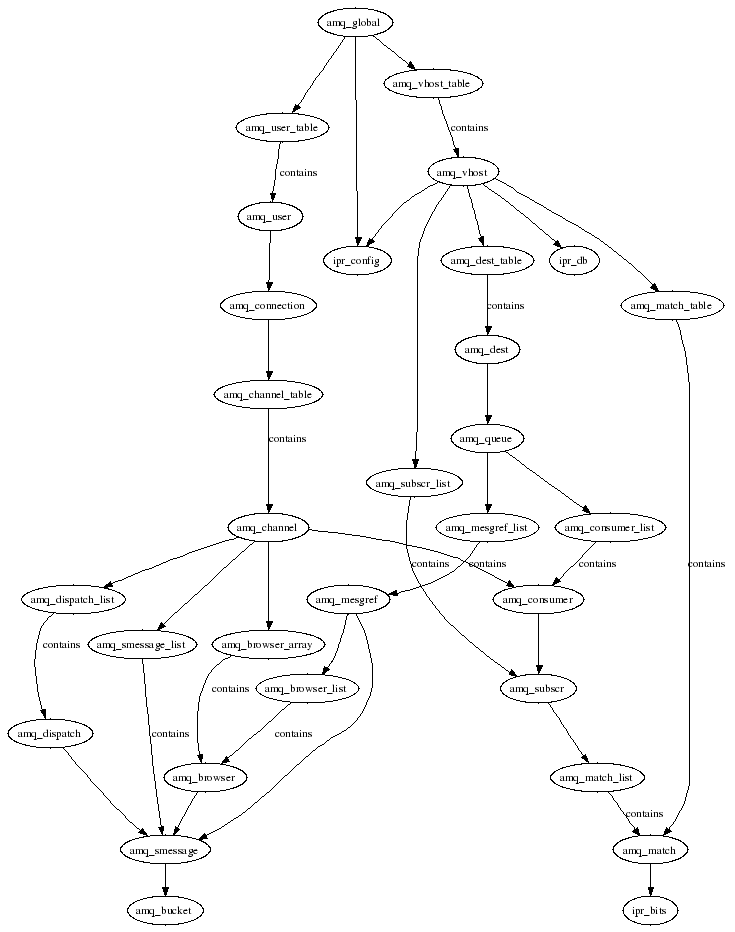
Earlier version of the Graphviz export doc/server_classes.png (imatix/openamq). Its source is kept beside it as doc/server_classes.dot. Source of this version:
```dot
digraph {
    size = "7.5,12";
    center = 1;
    amq_browser             -> amq_smessage;
    amq_browser_array       -> amq_browser  [label = "contains"];
    amq_browser_list        -> amq_browser  [label = "contains"];
    amq_channel             -> amq_dispatch_list;
    amq_channel             -> amq_smessage_list;
    amq_channel             -> amq_consumer;
    amq_channel             -> amq_browser_array;
    amq_channel_table       -> amq_channel  [label = "contains"];
    amq_connection          -> amq_channel_table;
    amq_consumer            -> amq_subscr;
    amq_consumer_list       -> amq_consumer [label = "contains"];
    amq_dest                -> amq_queue;
    amq_dest_table          -> amq_dest     [label = "contains"];
    amq_dispatch            -> amq_smessage;
    amq_dispatch_list       -> amq_dispatch [label = "contains"];
    amq_global              -> amq_user_table;
    amq_global              -> amq_vhost_table;
    amq_global              -> ipr_config;
    amq_match               -> ipr_bits;
    amq_match_list          -> amq_match    [label = "contains"];
    amq_match_table         -> amq_match    [label = "contains"];
    amq_mesgref             -> amq_smessage;
    amq_mesgref             -> amq_browser_list;
    amq_mesgref_list        -> amq_mesgref  [label = "contains"];
    amq_queue               -> amq_consumer_list;
    amq_queue               -> amq_mesgref_list;
    amq_smessage            -> amq_bucket;
    amq_smessage_list       -> amq_smessage [label = "contains"];
    amq_subscr              -> amq_match_list;
    amq_subscr_list         -> amq_subscr   [label = "contains"];
    amq_user_table          -> amq_user     [label = "contains"];
    amq_user                -> amq_connection;
    amq_vhost               -> ipr_db;
    amq_vhost               -> ipr_config;
    amq_vhost               -> amq_dest_table;
    amq_vhost               -> amq_subscr_list;
    amq_vhost               -> amq_match_table;
    amq_vhost_table         -> amq_vhost    [label = "contains"];
}
```
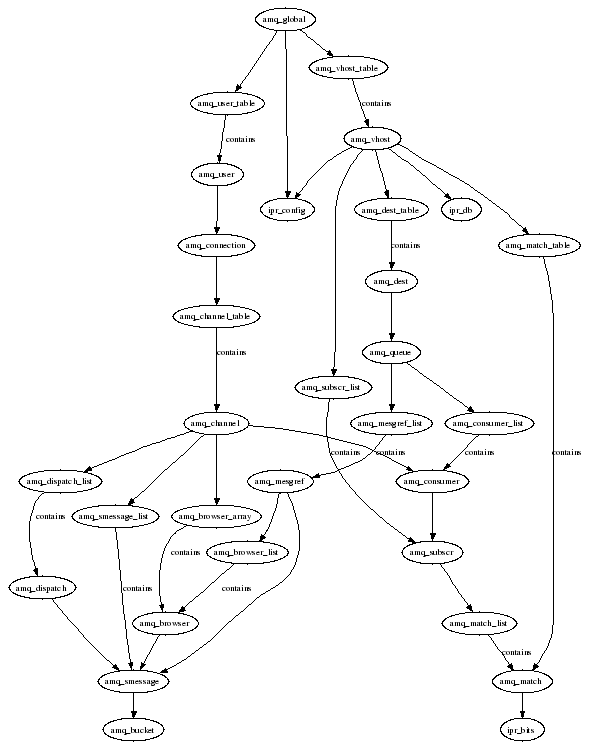
After the commit.

Commit message:
Graph size accomodated for PDF node visibility

Change to the diagram source:
```diff
@@ -1,6 +1,5 @@
 digraph {
-    size = "7.5,12";
-    center = 1;
+    size = "6,12";
     amq_browser             -> amq_smessage;
     amq_browser_array       -> amq_browser  [label = "contains"];
     amq_browser_list        -> amq_browser  [label = "contains"];
```
